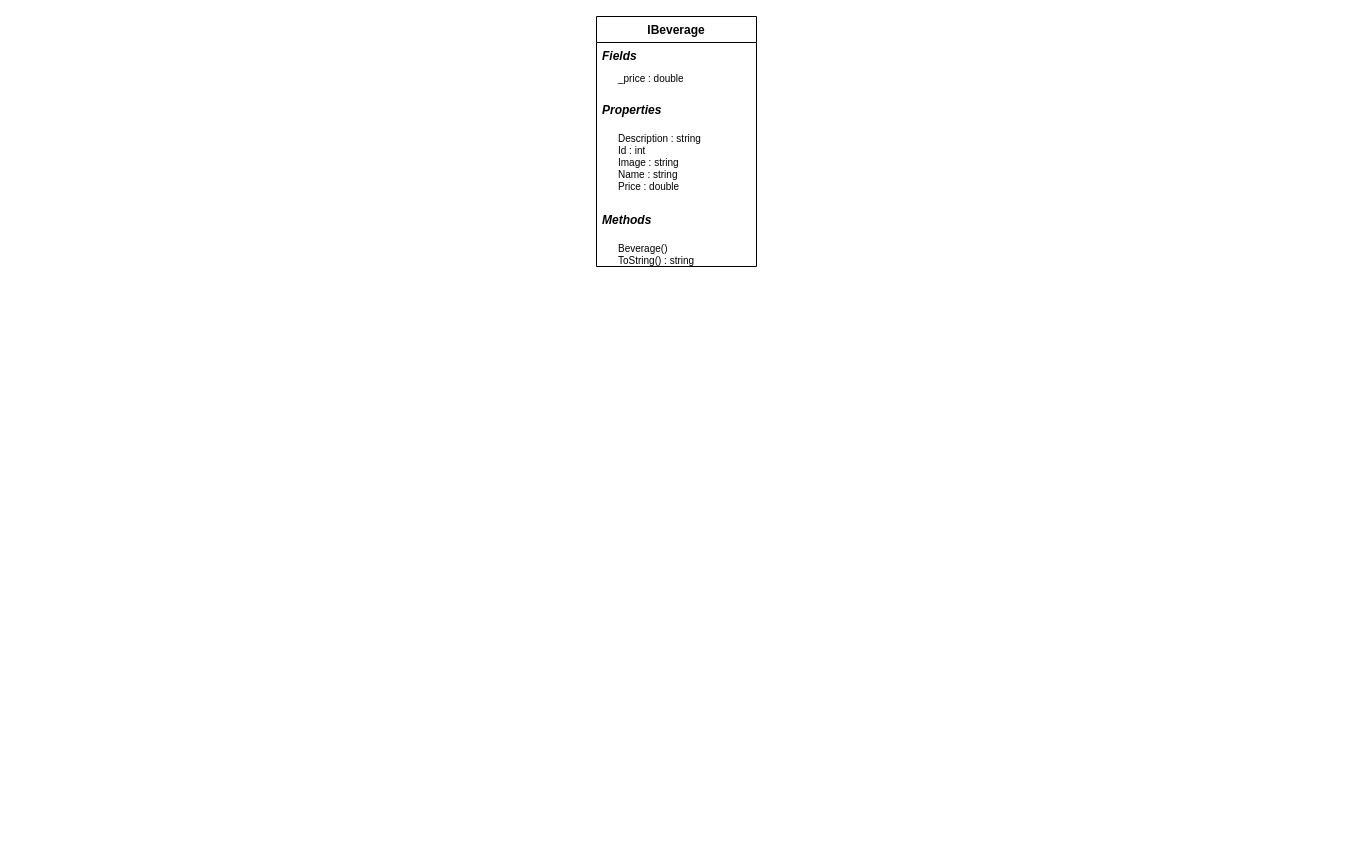
Before: BigBucksCoffee_ClassDiagram.drawio in Nick-vr/BigBucksCoffee, a draw.io diagram. Source tidied: cells renumbered, new cells numbered last; positions are measured from the earlier drawing's top-left corner, leaving out a move shared by most shapes. Both pictures are drawn from the tidied source at 100%, with x=0, y=0 at pixel (596, 16).
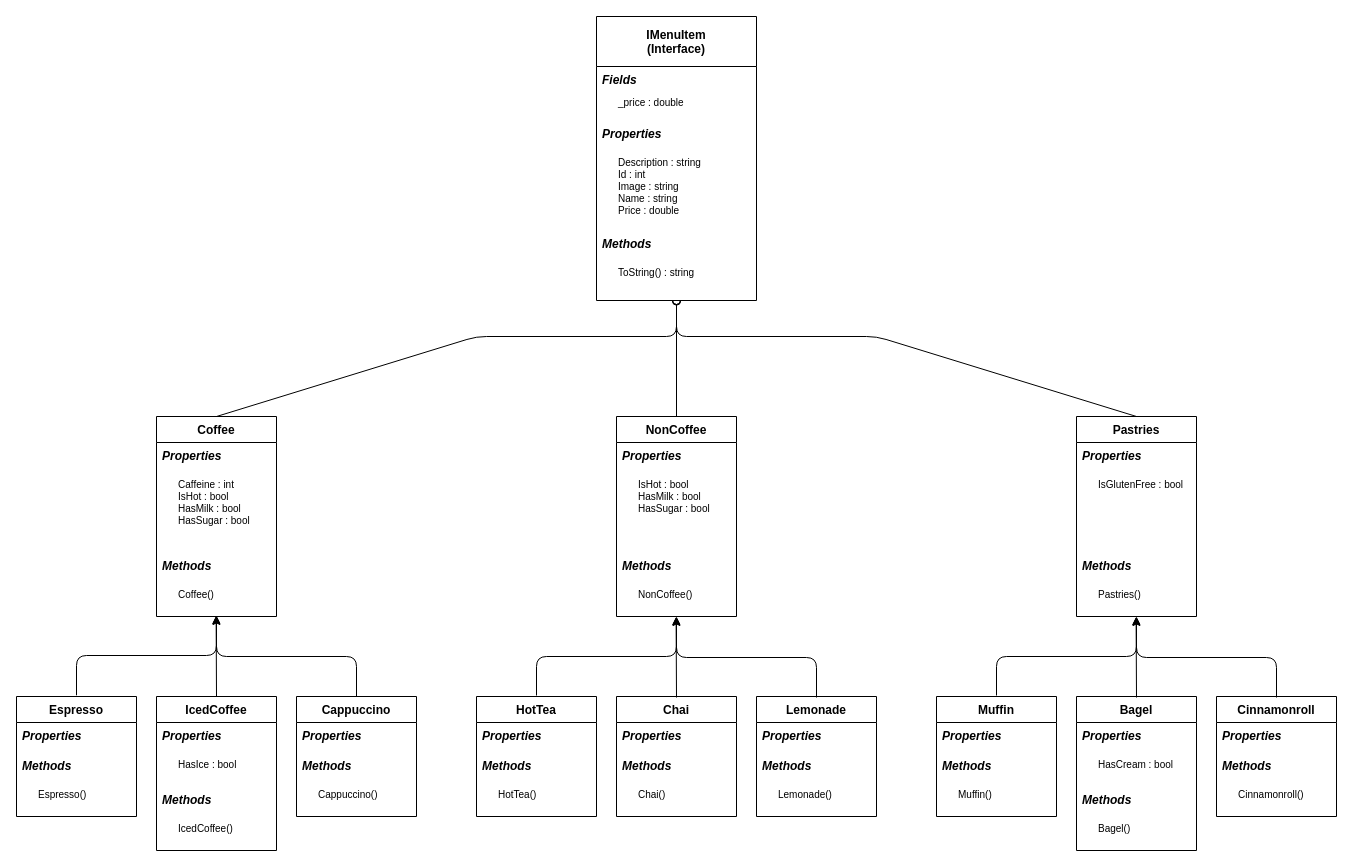
Above is the later version.

Diff of the diagram source:
```diff
@@
-    <mxCell id="2" value="IBeverage" style="swimlane;fontStyle=1;horizontal=1;startSize=26;fillColor=none;" parent="1" vertex="1">
-      <mxGeometry width="160" height="250" as="geometry" />
+    <mxCell id="2" value="IMenuItem&#10;(Interface)" style="swimlane;fontStyle=1;horizontal=1;startSize=50;fillColor=none;" parent="1" vertex="1">
+      <mxGeometry width="160" height="284" as="geometry" />
     </mxCell>
     <mxCell id="3" value="Fields&#10;" style="text;strokeColor=none;fillColor=none;align=left;verticalAlign=top;spacingLeft=4;spacingRight=4;overflow=hidden;fontStyle=3;" parent="2" vertex="1">
-      <mxGeometry y="26" width="160" height="24" as="geometry" />
+      <mxGeometry y="50" width="160" height="24" as="geometry" />
     </mxCell>
     <mxCell id="4" value="_price : double" style="text;strokeColor=none;fillColor=none;align=left;verticalAlign=top;spacingLeft=20;spacingRight=4;overflow=hidden;fontSize=10;" parent="2" vertex="1">
-      <mxGeometry y="50" width="160" height="30" as="geometry" />
+      <mxGeometry y="74" width="160" height="30" as="geometry" />
     </mxCell>
     <mxCell id="5" value="Properties&#10;" style="text;strokeColor=none;fillColor=none;align=left;verticalAlign=top;spacingLeft=4;spacingRight=4;overflow=hidden;fontStyle=3;" parent="2" vertex="1">
-      <mxGeometry y="80" width="160" height="30" as="geometry" />
+      <mxGeometry y="104" width="160" height="30" as="geometry" />
     </mxCell>
     <mxCell id="6" value="Description : string&#10;Id : int&#10;Image : string&#10;Name : string&#10;Price : double" style="text;strokeColor=none;fillColor=none;align=left;verticalAlign=top;spacingLeft=20;spacingRight=4;overflow=hidden;fontSize=10;" parent="2" vertex="1">
-      <mxGeometry y="110" width="160" height="80" as="geometry" />
+      <mxGeometry y="134" width="160" height="80" as="geometry" />
     </mxCell>
     <mxCell id="7" value="Methods&#10;" style="text;strokeColor=none;fillColor=none;align=left;verticalAlign=top;spacingLeft=4;spacingRight=4;overflow=hidden;fontStyle=3;" parent="2" vertex="1">
-      <mxGeometry y="190" width="160" height="30" as="geometry" />
+      <mxGeometry y="214" width="160" height="30" as="geometry" />
     </mxCell>
-    <mxCell id="8" value="Beverage()&#10;ToString() : string" style="text;strokeColor=none;fillColor=none;align=left;verticalAlign=top;spacingLeft=20;spacingRight=4;overflow=hidden;points=[[0,0.5],[1,0.5]];portConstraint=eastwest;fontSize=10;" parent="2" vertex="1">
-      <mxGeometry y="220" width="160" height="30" as="geometry" />
+    <mxCell id="8" value="ToString() : string" style="text;strokeColor=none;fillColor=none;align=left;verticalAlign=top;spacingLeft=20;spacingRight=4;overflow=hidden;points=[[0,0.5],[1,0.5]];portConstraint=eastwest;fontSize=10;" parent="2" vertex="1">
+      <mxGeometry y="244" width="160" height="40" as="geometry" />
     </mxCell>
+    <mxCell id="9" value="Coffee" style="swimlane;fontStyle=1;horizontal=1;startSize=26;fillColor=none;" parent="1" vertex="1">
+      <mxGeometry x="-440" y="400" width="120" height="200" as="geometry" />
+    </mxCell>
+    <mxCell id="10" value="Properties&#10;" style="text;strokeColor=none;fillColor=none;align=left;verticalAlign=top;spacingLeft=4;spacingRight=4;overflow=hidden;fontStyle=3;" parent="9" vertex="1">
+      <mxGeometry y="26" width="120" height="30" as="geometry" />
+    </mxCell>
+    <mxCell id="11" value="Caffeine : int&#10;IsHot : bool&#10;HasMilk : bool&#10;HasSugar : bool&#10;" style="text;strokeColor=none;fillColor=none;align=left;verticalAlign=top;spacingLeft=20;spacingRight=4;overflow=hidden;fontSize=10;" parent="9" vertex="1">
+      <mxGeometry y="56" width="120" height="80" as="geometry" />
+    </mxCell>
+    <mxCell id="12" value="Methods&#10;" style="text;strokeColor=none;fillColor=none;align=left;verticalAlign=top;spacingLeft=4;spacingRight=4;overflow=hidden;fontStyle=3;" parent="9" vertex="1">
+      <mxGeometry y="136" width="120" height="30" as="geometry" />
+    </mxCell>
+    <mxCell id="13" value="Coffee()" style="text;strokeColor=none;fillColor=none;align=left;verticalAlign=top;spacingLeft=20;spacingRight=4;overflow=hidden;points=[[0,0.5],[1,0.5]];portConstraint=eastwest;fontSize=10;" parent="9" vertex="1">
+      <mxGeometry y="166" width="120" height="34" as="geometry" />
+    </mxCell>
+    <mxCell id="14" style="html=1;verticalAlign=bottom;labelBackgroundColor=none;endArrow=halfCircle;endFill=0;endSize=2;fontSize=8;entryX=0.5;entryY=1.001;entryDx=0;entryDy=0;entryPerimeter=0;exitX=0.5;exitY=0;exitDx=0;exitDy=0;" parent="1" edge="1" source="9" target="8">
+      <mxGeometry relative="1" as="geometry">
+        <Array as="points">
+          <mxPoint x="-120" y="320" />
+          <mxPoint x="80" y="320" />
+        </Array>
+      </mxGeometry>
+    </mxCell>
+    <mxCell id="15" value="NonCoffee" style="swimlane;fontStyle=1;horizontal=1;startSize=26;fillColor=none;" parent="1" vertex="1">
+      <mxGeometry x="20" y="400" width="120" height="200" as="geometry" />
+    </mxCell>
+    <mxCell id="16" value="Properties&#10;" style="text;strokeColor=none;fillColor=none;align=left;verticalAlign=top;spacingLeft=4;spacingRight=4;overflow=hidden;fontStyle=3;" parent="15" vertex="1">
+      <mxGeometry y="26" width="120" height="30" as="geometry" />
+    </mxCell>
+    <mxCell id="17" value="IsHot : bool&#10;HasMilk : bool&#10;HasSugar : bool&#10;" style="text;strokeColor=none;fillColor=none;align=left;verticalAlign=top;spacingLeft=20;spacingRight=4;overflow=hidden;fontSize=10;" parent="15" vertex="1">
+      <mxGeometry y="56" width="120" height="80" as="geometry" />
+    </mxCell>
+    <mxCell id="18" value="Methods&#10;" style="text;strokeColor=none;fillColor=none;align=left;verticalAlign=top;spacingLeft=4;spacingRight=4;overflow=hidden;fontStyle=3;" parent="15" vertex="1">
+      <mxGeometry y="136" width="120" height="30" as="geometry" />
+    </mxCell>
+    <mxCell id="19" value="NonCoffee()" style="text;strokeColor=none;fillColor=none;align=left;verticalAlign=top;spacingLeft=20;spacingRight=4;overflow=hidden;fontSize=10;" parent="15" vertex="1">
+      <mxGeometry y="166" width="120" height="34" as="geometry" />
+    </mxCell>
+    <mxCell id="20" value="Pastries" style="swimlane;fontStyle=1;horizontal=1;startSize=26;fillColor=none;" parent="1" vertex="1">
+      <mxGeometry x="480" y="400" width="120" height="200" as="geometry" />
+    </mxCell>
+    <mxCell id="21" value="Properties&#10;" style="text;strokeColor=none;fillColor=none;align=left;verticalAlign=top;spacingLeft=4;spacingRight=4;overflow=hidden;fontStyle=3;" parent="20" vertex="1">
+      <mxGeometry y="26" width="120" height="30" as="geometry" />
+    </mxCell>
+    <mxCell id="22" value="IsGlutenFree : bool" style="text;strokeColor=none;fillColor=none;align=left;verticalAlign=top;spacingLeft=20;spacingRight=4;overflow=hidden;fontSize=10;" parent="20" vertex="1">
+      <mxGeometry y="56" width="120" height="80" as="geometry" />
+    </mxCell>
+    <mxCell id="23" value="Methods&#10;" style="text;strokeColor=none;fillColor=none;align=left;verticalAlign=top;spacingLeft=4;spacingRight=4;overflow=hidden;fontStyle=3;" parent="20" vertex="1">
+      <mxGeometry y="136" width="120" height="30" as="geometry" />
+    </mxCell>
+    <mxCell id="24" value="Pastries()" style="text;strokeColor=none;fillColor=none;align=left;verticalAlign=top;spacingLeft=20;spacingRight=4;overflow=hidden;fontSize=10;" parent="20" vertex="1">
+      <mxGeometry y="166" width="120" height="34" as="geometry" />
+    </mxCell>
+    <mxCell id="25" style="html=1;verticalAlign=bottom;labelBackgroundColor=none;endArrow=halfCircle;endFill=0;endSize=2;fontSize=8;exitX=0.5;exitY=0;exitDx=0;exitDy=0;entryX=0.5;entryY=1.016;entryDx=0;entryDy=0;entryPerimeter=0;" parent="1" edge="1" source="15" target="8">
+      <mxGeometry relative="1" as="geometry" />
+    </mxCell>
+    <mxCell id="26" style="html=1;verticalAlign=bottom;labelBackgroundColor=none;endArrow=halfCircle;endFill=0;endSize=2;fontSize=8;entryX=0.5;entryY=1.001;entryDx=0;entryDy=0;entryPerimeter=0;exitX=0.5;exitY=0;exitDx=0;exitDy=0;" parent="1" edge="1" source="20">
+      <mxGeometry relative="1" as="geometry">
+        <mxPoint x="80" y="284" as="targetPoint" />
+        <Array as="points">
+          <mxPoint x="280" y="320" />
+          <mxPoint x="80" y="320" />
+        </Array>
+      </mxGeometry>
+    </mxCell>
+    <mxCell id="27" value="Espresso" style="swimlane;fontStyle=1;horizontal=1;startSize=26;fillColor=none;" parent="1" vertex="1">
+      <mxGeometry x="-580" y="680" width="120" height="120" as="geometry" />
+    </mxCell>
+    <mxCell id="28" value="Properties&#10;" style="text;strokeColor=none;fillColor=none;align=left;verticalAlign=top;spacingLeft=4;spacingRight=4;overflow=hidden;fontStyle=3;" parent="27" vertex="1">
+      <mxGeometry y="26" width="120" height="30" as="geometry" />
+    </mxCell>
+    <mxCell id="29" value="Methods&#10;" style="text;strokeColor=none;fillColor=none;align=left;verticalAlign=top;spacingLeft=4;spacingRight=4;overflow=hidden;fontStyle=3;" parent="27" vertex="1">
+      <mxGeometry y="56" width="120" height="30" as="geometry" />
+    </mxCell>
+    <mxCell id="30" value="Espresso()" style="text;strokeColor=none;fillColor=none;align=left;verticalAlign=top;spacingLeft=20;spacingRight=4;overflow=hidden;fontSize=10;" parent="27" vertex="1">
+      <mxGeometry y="86" width="120" height="34" as="geometry" />
+    </mxCell>
+    <mxCell id="31" value="IcedCoffee" style="swimlane;fontStyle=1;horizontal=1;startSize=26;fillColor=none;" parent="1" vertex="1">
+      <mxGeometry x="-440" y="680" width="120" height="154" as="geometry" />
+    </mxCell>
+    <mxCell id="32" value="Properties&#10;" style="text;strokeColor=none;fillColor=none;align=left;verticalAlign=top;spacingLeft=4;spacingRight=4;overflow=hidden;fontStyle=3;" parent="31" vertex="1">
+      <mxGeometry y="26" width="120" height="30" as="geometry" />
+    </mxCell>
+    <mxCell id="33" value="HasIce : bool" style="text;strokeColor=none;fillColor=none;align=left;verticalAlign=top;spacingLeft=20;spacingRight=4;overflow=hidden;fontSize=10;" parent="31" vertex="1">
+      <mxGeometry y="56" width="120" height="34" as="geometry" />
+    </mxCell>
+    <mxCell id="34" value="Methods&#10;" style="text;strokeColor=none;fillColor=none;align=left;verticalAlign=top;spacingLeft=4;spacingRight=4;overflow=hidden;fontStyle=3;" parent="31" vertex="1">
+      <mxGeometry y="90" width="120" height="30" as="geometry" />
+    </mxCell>
+    <mxCell id="35" value="IcedCoffee()" style="text;strokeColor=none;fillColor=none;align=left;verticalAlign=top;spacingLeft=20;spacingRight=4;overflow=hidden;fontSize=10;" parent="31" vertex="1">
+      <mxGeometry y="120" width="120" height="34" as="geometry" />
+    </mxCell>
+    <mxCell id="36" value="Cappuccino" style="swimlane;fontStyle=1;horizontal=1;startSize=26;fillColor=none;" parent="1" vertex="1">
+      <mxGeometry x="-300" y="680" width="120" height="120" as="geometry" />
+    </mxCell>
+    <mxCell id="37" value="Properties&#10;" style="text;strokeColor=none;fillColor=none;align=left;verticalAlign=top;spacingLeft=4;spacingRight=4;overflow=hidden;fontStyle=3;" parent="36" vertex="1">
+      <mxGeometry y="26" width="120" height="30" as="geometry" />
+    </mxCell>
+    <mxCell id="38" value="Methods&#10;" style="text;strokeColor=none;fillColor=none;align=left;verticalAlign=top;spacingLeft=4;spacingRight=4;overflow=hidden;fontStyle=3;" parent="36" vertex="1">
+      <mxGeometry y="56" width="120" height="30" as="geometry" />
+    </mxCell>
+    <mxCell id="39" value="Cappuccino()" style="text;strokeColor=none;fillColor=none;align=left;verticalAlign=top;spacingLeft=20;spacingRight=4;overflow=hidden;fontSize=10;" parent="36" vertex="1">
+      <mxGeometry y="86" width="120" height="34" as="geometry" />
+    </mxCell>
+    <mxCell id="40" value="HotTea" style="swimlane;fontStyle=1;horizontal=1;startSize=26;fillColor=none;" parent="1" vertex="1">
+      <mxGeometry x="-120" y="680" width="120" height="120" as="geometry" />
+    </mxCell>
+    <mxCell id="41" value="Properties&#10;" style="text;strokeColor=none;fillColor=none;align=left;verticalAlign=top;spacingLeft=4;spacingRight=4;overflow=hidden;fontStyle=3;" parent="40" vertex="1">
+      <mxGeometry y="26" width="120" height="30" as="geometry" />
+    </mxCell>
+    <mxCell id="42" value="Methods&#10;" style="text;strokeColor=none;fillColor=none;align=left;verticalAlign=top;spacingLeft=4;spacingRight=4;overflow=hidden;fontStyle=3;" parent="40" vertex="1">
+      <mxGeometry y="56" width="120" height="30" as="geometry" />
+    </mxCell>
+    <mxCell id="43" value="HotTea()" style="text;strokeColor=none;fillColor=none;align=left;verticalAlign=top;spacingLeft=20;spacingRight=4;overflow=hidden;fontSize=10;" parent="40" vertex="1">
+      <mxGeometry y="86" width="120" height="34" as="geometry" />
+    </mxCell>
+    <mxCell id="44" value="Chai" style="swimlane;fontStyle=1;horizontal=1;startSize=26;fillColor=none;" parent="1" vertex="1">
+      <mxGeometry x="20" y="680" width="120" height="120" as="geometry" />
+    </mxCell>
+    <mxCell id="45" value="Properties&#10;" style="text;strokeColor=none;fillColor=none;align=left;verticalAlign=top;spacingLeft=4;spacingRight=4;overflow=hidden;fontStyle=3;" parent="44" vertex="1">
+      <mxGeometry y="26" width="120" height="30" as="geometry" />
+    </mxCell>
+    <mxCell id="46" value="Methods&#10;" style="text;strokeColor=none;fillColor=none;align=left;verticalAlign=top;spacingLeft=4;spacingRight=4;overflow=hidden;fontStyle=3;" parent="44" vertex="1">
+      <mxGeometry y="56" width="120" height="30" as="geometry" />
+    </mxCell>
+    <mxCell id="47" value="Chai()" style="text;strokeColor=none;fillColor=none;align=left;verticalAlign=top;spacingLeft=20;spacingRight=4;overflow=hidden;fontSize=10;" parent="44" vertex="1">
+      <mxGeometry y="86" width="120" height="34" as="geometry" />
+    </mxCell>
+    <mxCell id="48" value="Lemonade" style="swimlane;fontStyle=1;horizontal=1;startSize=26;fillColor=none;" parent="1" vertex="1">
+      <mxGeometry x="160" y="680" width="120" height="120" as="geometry" />
+    </mxCell>
+    <mxCell id="49" value="Properties&#10;" style="text;strokeColor=none;fillColor=none;align=left;verticalAlign=top;spacingLeft=4;spacingRight=4;overflow=hidden;fontStyle=3;" parent="48" vertex="1">
+      <mxGeometry y="26" width="120" height="30" as="geometry" />
+    </mxCell>
+    <mxCell id="50" value="Methods&#10;" style="text;strokeColor=none;fillColor=none;align=left;verticalAlign=top;spacingLeft=4;spacingRight=4;overflow=hidden;fontStyle=3;" parent="48" vertex="1">
+      <mxGeometry y="56" width="120" height="30" as="geometry" />
+    </mxCell>
+    <mxCell id="51" value="Lemonade()" style="text;strokeColor=none;fillColor=none;align=left;verticalAlign=top;spacingLeft=20;spacingRight=4;overflow=hidden;fontSize=10;" parent="48" vertex="1">
+      <mxGeometry y="86" width="120" height="34" as="geometry" />
+    </mxCell>
+    <mxCell id="52" value="Muffin" style="swimlane;fontStyle=1;horizontal=1;startSize=26;fillColor=none;" parent="1" vertex="1">
+      <mxGeometry x="340" y="680" width="120" height="120" as="geometry" />
+    </mxCell>
+    <mxCell id="53" value="Properties&#10;" style="text;strokeColor=none;fillColor=none;align=left;verticalAlign=top;spacingLeft=4;spacingRight=4;overflow=hidden;fontStyle=3;" parent="52" vertex="1">
+      <mxGeometry y="26" width="120" height="30" as="geometry" />
+    </mxCell>
+    <mxCell id="54" value="Methods&#10;" style="text;strokeColor=none;fillColor=none;align=left;verticalAlign=top;spacingLeft=4;spacingRight=4;overflow=hidden;fontStyle=3;" parent="52" vertex="1">
+      <mxGeometry y="56" width="120" height="30" as="geometry" />
+    </mxCell>
+    <mxCell id="55" value="Muffin()" style="text;strokeColor=none;fillColor=none;align=left;verticalAlign=top;spacingLeft=20;spacingRight=4;overflow=hidden;fontSize=10;" parent="52" vertex="1">
+      <mxGeometry y="86" width="120" height="34" as="geometry" />
+    </mxCell>
+    <mxCell id="56" value="Bagel" style="swimlane;fontStyle=1;horizontal=1;startSize=26;fillColor=none;" parent="1" vertex="1">
+      <mxGeometry x="480" y="680" width="120" height="154" as="geometry" />
+    </mxCell>
+    <mxCell id="57" value="Properties&#10;" style="text;strokeColor=none;fillColor=none;align=left;verticalAlign=top;spacingLeft=4;spacingRight=4;overflow=hidden;fontStyle=3;" parent="56" vertex="1">
+      <mxGeometry y="26" width="120" height="30" as="geometry" />
+    </mxCell>
+    <mxCell id="58" value="HasCream : bool" style="text;strokeColor=none;fillColor=none;align=left;verticalAlign=top;spacingLeft=20;spacingRight=4;overflow=hidden;fontSize=10;" parent="56" vertex="1">
+      <mxGeometry y="56" width="120" height="34" as="geometry" />
+    </mxCell>
+    <mxCell id="59" value="Methods&#10;" style="text;strokeColor=none;fillColor=none;align=left;verticalAlign=top;spacingLeft=4;spacingRight=4;overflow=hidden;fontStyle=3;" parent="56" vertex="1">
+      <mxGeometry y="90" width="120" height="30" as="geometry" />
+    </mxCell>
+    <mxCell id="60" value="Bagel()" style="text;strokeColor=none;fillColor=none;align=left;verticalAlign=top;spacingLeft=20;spacingRight=4;overflow=hidden;fontSize=10;" parent="56" vertex="1">
+      <mxGeometry y="120" width="120" height="34" as="geometry" />
+    </mxCell>
+    <mxCell id="61" value="Cinnamonroll" style="swimlane;fontStyle=1;horizontal=1;startSize=26;fillColor=none;" parent="1" vertex="1">
+      <mxGeometry x="620" y="680" width="120" height="120" as="geometry" />
+    </mxCell>
+    <mxCell id="62" value="Properties&#10;" style="text;strokeColor=none;fillColor=none;align=left;verticalAlign=top;spacingLeft=4;spacingRight=4;overflow=hidden;fontStyle=3;" parent="61" vertex="1">
+      <mxGeometry y="26" width="120" height="30" as="geometry" />
+    </mxCell>
+    <mxCell id="63" value="Methods&#10;" style="text;strokeColor=none;fillColor=none;align=left;verticalAlign=top;spacingLeft=4;spacingRight=4;overflow=hidden;fontStyle=3;" parent="61" vertex="1">
+      <mxGeometry y="56" width="120" height="30" as="geometry" />
+    </mxCell>
+    <mxCell id="64" value="Cinnamonroll()" style="text;strokeColor=none;fillColor=none;align=left;verticalAlign=top;spacingLeft=20;spacingRight=4;overflow=hidden;fontSize=10;" parent="61" vertex="1">
+      <mxGeometry y="86" width="120" height="34" as="geometry" />
+    </mxCell>
+    <mxCell id="65" style="edgeStyle=elbowEdgeStyle;elbow=vertical;endArrow=classic;html=1;fontSize=8;exitX=0.5;exitY=-0.01;exitDx=0;exitDy=0;exitPerimeter=0;" parent="1" edge="1" source="27">
+      <mxGeometry relative="1" as="geometry">
+        <mxPoint x="-380" y="599" as="targetPoint" />
+      </mxGeometry>
+    </mxCell>
+    <mxCell id="66" style="endArrow=classic;html=1;fontSize=8;entryX=0.497;entryY=0.978;entryDx=0;entryDy=0;entryPerimeter=0;exitX=0.5;exitY=0;exitDx=0;exitDy=0;" parent="1" edge="1" source="31" target="13">
+      <mxGeometry relative="1" as="geometry" />
+    </mxCell>
+    <mxCell id="67" style="edgeStyle=elbowEdgeStyle;elbow=vertical;endArrow=classic;html=1;fontSize=8;exitX=0.5;exitY=0;exitDx=0;exitDy=0;" parent="1" edge="1" source="36">
+      <mxGeometry relative="1" as="geometry">
+        <mxPoint x="-380" y="600" as="targetPoint" />
+        <Array as="points">
+          <mxPoint x="-320" y="640" />
+        </Array>
+      </mxGeometry>
+    </mxCell>
+    <mxCell id="68" style="edgeStyle=elbowEdgeStyle;elbow=vertical;endArrow=classic;html=1;fontSize=8;exitX=0.5;exitY=-0.01;exitDx=0;exitDy=0;exitPerimeter=0;" parent="1" edge="1">
+      <mxGeometry relative="1" as="geometry">
+        <mxPoint x="-60" y="679" as="sourcePoint" />
+        <mxPoint x="80" y="600" as="targetPoint" />
+      </mxGeometry>
+    </mxCell>
+    <mxCell id="69" style="endArrow=classic;html=1;fontSize=8;entryX=0.497;entryY=0.978;entryDx=0;entryDy=0;entryPerimeter=0;exitX=0.5;exitY=0;exitDx=0;exitDy=0;" parent="1" edge="1">
+      <mxGeometry relative="1" as="geometry">
+        <mxPoint x="80" y="681" as="sourcePoint" />
+        <mxPoint x="79.6" y="600.3" as="targetPoint" />
+      </mxGeometry>
+    </mxCell>
+    <mxCell id="70" style="edgeStyle=elbowEdgeStyle;elbow=vertical;endArrow=classic;html=1;fontSize=8;exitX=0.5;exitY=0;exitDx=0;exitDy=0;" parent="1" edge="1">
+      <mxGeometry relative="1" as="geometry">
+        <mxPoint x="220" y="681" as="sourcePoint" />
+        <mxPoint x="80" y="601" as="targetPoint" />
+        <Array as="points">
+          <mxPoint x="140" y="641" />
+        </Array>
+      </mxGeometry>
+    </mxCell>
+    <mxCell id="71" style="edgeStyle=elbowEdgeStyle;elbow=vertical;endArrow=classic;html=1;fontSize=8;exitX=0.5;exitY=-0.01;exitDx=0;exitDy=0;exitPerimeter=0;" parent="1" edge="1">
+      <mxGeometry relative="1" as="geometry">
+        <mxPoint x="400" y="679" as="sourcePoint" />
+        <mxPoint x="540" y="600" as="targetPoint" />
+      </mxGeometry>
+    </mxCell>
+    <mxCell id="72" style="endArrow=classic;html=1;fontSize=8;entryX=0.497;entryY=0.978;entryDx=0;entryDy=0;entryPerimeter=0;exitX=0.5;exitY=0;exitDx=0;exitDy=0;" parent="1" edge="1">
+      <mxGeometry relative="1" as="geometry">
+        <mxPoint x="540" y="681" as="sourcePoint" />
+        <mxPoint x="539.6" y="600.3" as="targetPoint" />
+      </mxGeometry>
+    </mxCell>
+    <mxCell id="73" style="edgeStyle=elbowEdgeStyle;elbow=vertical;endArrow=classic;html=1;fontSize=8;exitX=0.5;exitY=0;exitDx=0;exitDy=0;" parent="1" edge="1">
+      <mxGeometry relative="1" as="geometry">
+        <mxPoint x="680" y="681" as="sourcePoint" />
+        <mxPoint x="540" y="601" as="targetPoint" />
+        <Array as="points">
+          <mxPoint x="600" y="641" />
+        </Array>
+      </mxGeometry>
+    </mxCell>
```
